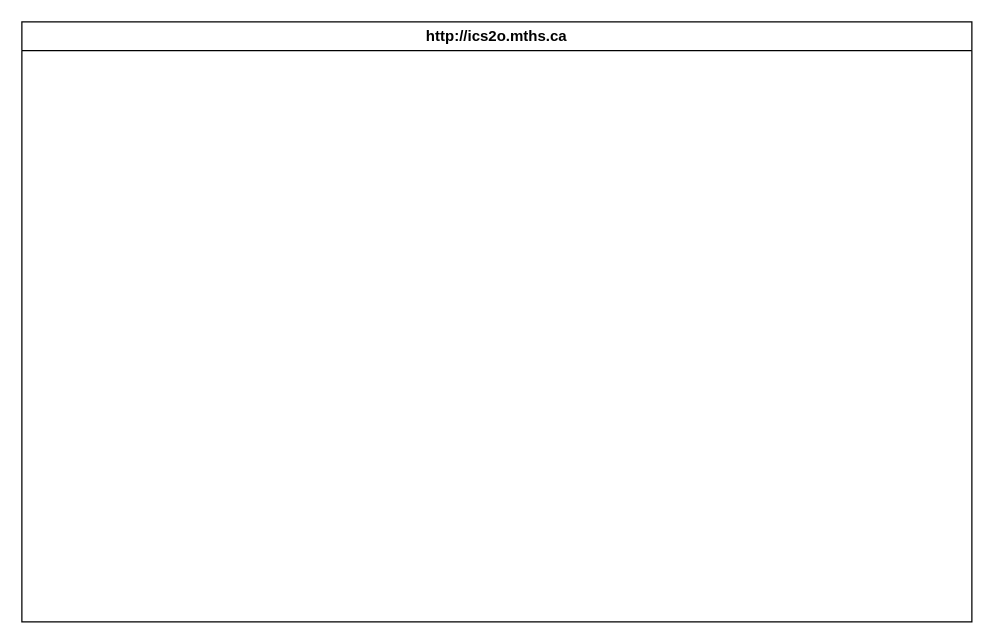
Earlier version of the draw.io diagram design/storyboard.drawio (MTHS-ICD2O-1-2023/ICD2O-Unit-5-06-manya-feng). Source tidied: cells renumbered, new cells numbered last; positions are measured from the earlier drawing's top-left corner, leaving out a move shared by most shapes. Both pictures are drawn from the tidied source at 125%, with x=0, y=0 at pixel (21, 21).
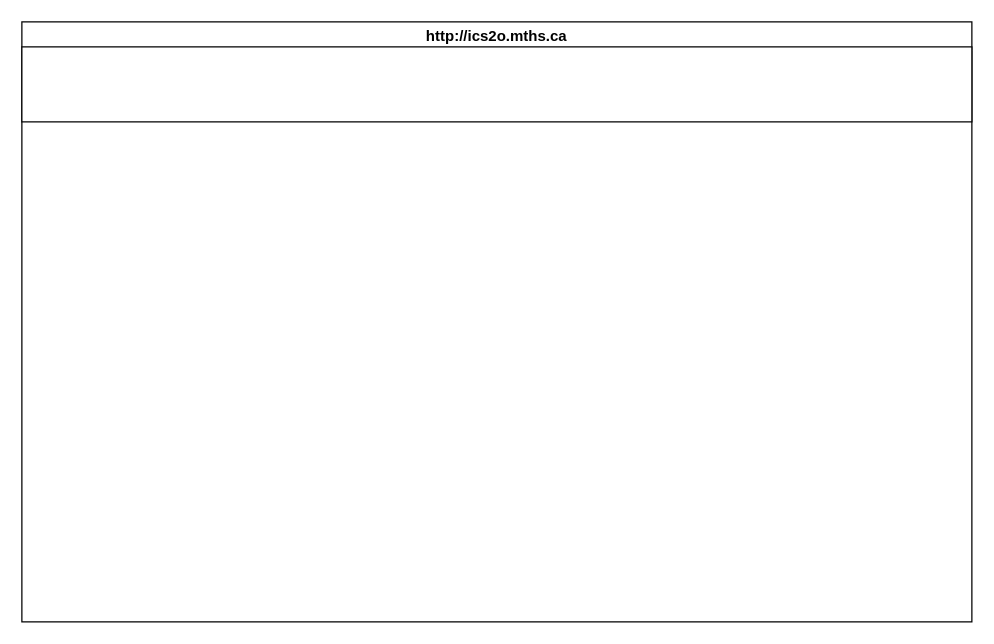
The same page after the edit.

Change to the diagram source:
```diff
@@
 <mxGraphModel>
   <root>
     <mxCell id="0" />
     <mxCell id="1" parent="0" />
     <mxCell id="2" value="http://ics2o.mths.ca" style="swimlane;whiteSpace=wrap;html=1;" parent="1" vertex="1">
       <mxGeometry width="760" height="480" as="geometry" />
     </mxCell>
+    <mxCell id="3" style="rounded=0;whiteSpace=wrap;html=1;" parent="2" vertex="1">
+      <mxGeometry y="20" width="760" height="60" as="geometry" />
+    </mxCell>
   </root>
 </mxGraphModel>
```
